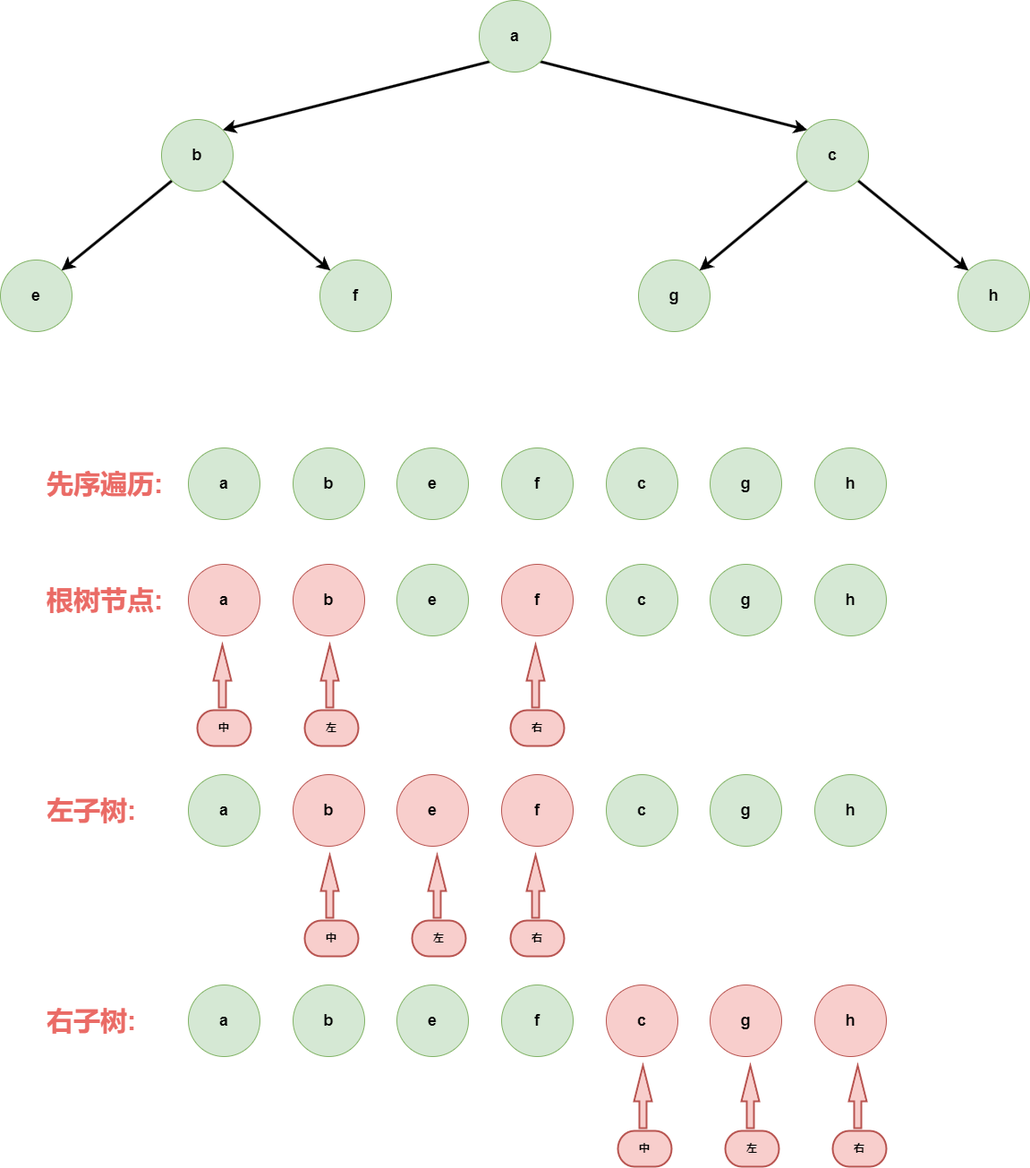
Above: algrithem/g1_data_struct_binary_tree_1_recursive_traversal1.drawio.png in muxicode/c153080686 (draw.io), before the change. Source tidied: cells renumbered, new cells last; positions are measured from the earlier drawing's top-left corner, leaving out a move shared by most shapes.
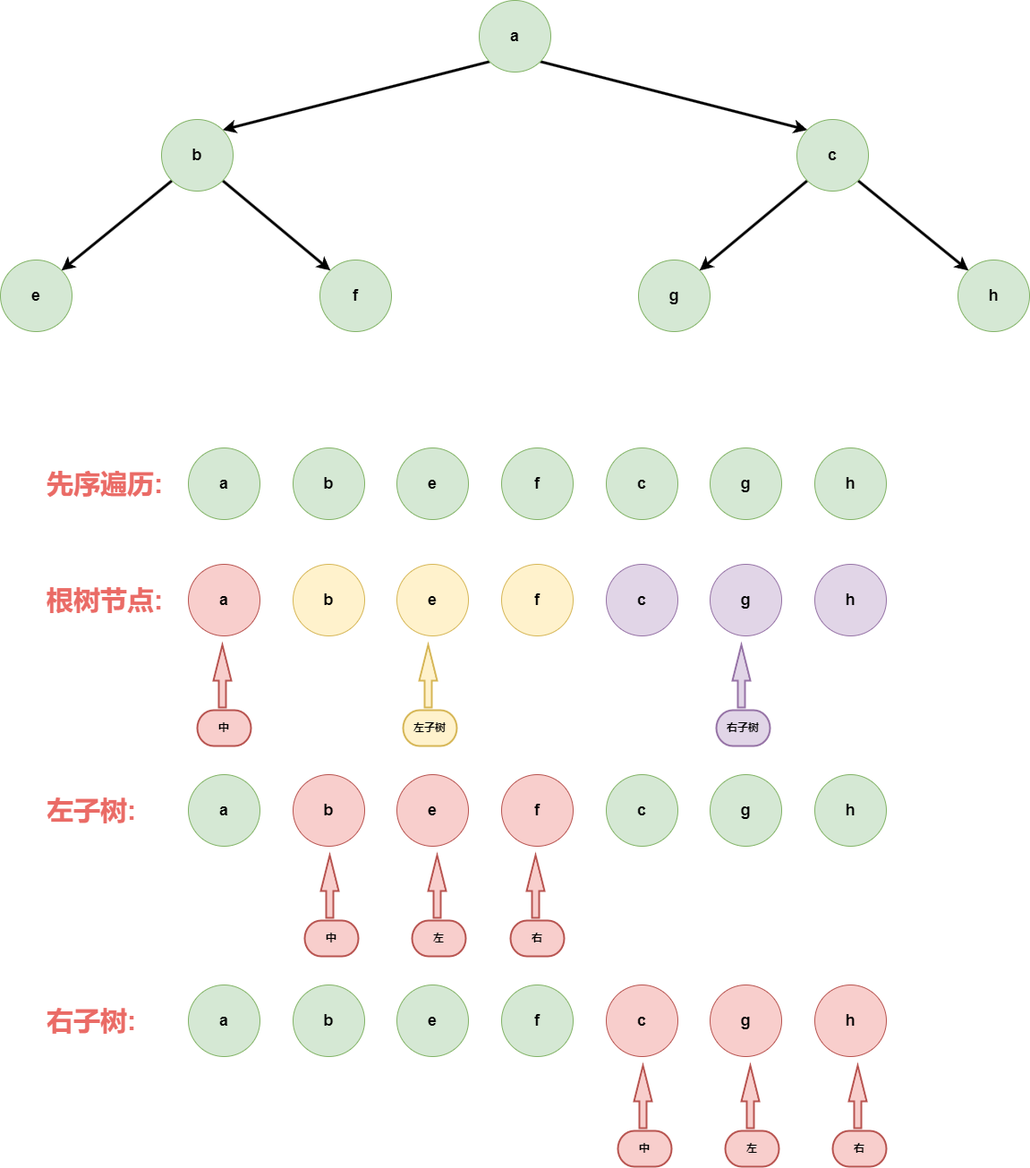
After the change.

What changed in the source:
```diff
@@ -77,22 +77,22 @@
     <mxCell id="26" value="&lt;span style=&quot;font-size: 18px;&quot;&gt;&lt;b&gt;a&lt;/b&gt;&lt;br style=&quot;font-size: 18px;&quot;&gt;&lt;/span&gt;" style="ellipse;whiteSpace=wrap;html=1;fillColor=#f8cecc;strokeColor=#b85450;fontSize=18;" parent="24" vertex="1">
       <mxGeometry x="160" width="80" height="80" as="geometry" />
     </mxCell>
-    <mxCell id="27" value="&lt;span style=&quot;font-size: 18px;&quot;&gt;&lt;b&gt;b&lt;/b&gt;&lt;br style=&quot;font-size: 18px;&quot;&gt;&lt;/span&gt;" style="ellipse;whiteSpace=wrap;html=1;fillColor=#f8cecc;strokeColor=#b85450;fontSize=18;" parent="24" vertex="1">
+    <mxCell id="27" value="&lt;span style=&quot;font-size: 18px;&quot;&gt;&lt;b&gt;b&lt;/b&gt;&lt;br style=&quot;font-size: 18px;&quot;&gt;&lt;/span&gt;" style="ellipse;whiteSpace=wrap;html=1;fillColor=#fff2cc;strokeColor=#d6b656;fontSize=18;" parent="24" vertex="1">
       <mxGeometry x="277" width="80" height="80" as="geometry" />
     </mxCell>
-    <mxCell id="28" value="&lt;span style=&quot;font-size: 18px;&quot;&gt;&lt;b&gt;e&lt;/b&gt;&lt;br style=&quot;font-size: 18px;&quot;&gt;&lt;/span&gt;" style="ellipse;whiteSpace=wrap;html=1;fillColor=#d5e8d4;strokeColor=#82b366;fontSize=18;" parent="24" vertex="1">
+    <mxCell id="28" value="&lt;span style=&quot;font-size: 18px;&quot;&gt;&lt;b&gt;e&lt;/b&gt;&lt;br style=&quot;font-size: 18px;&quot;&gt;&lt;/span&gt;" style="ellipse;whiteSpace=wrap;html=1;fillColor=#fff2cc;strokeColor=#d6b656;fontSize=18;" parent="24" vertex="1">
       <mxGeometry x="393" width="80" height="80" as="geometry" />
     </mxCell>
-    <mxCell id="29" value="&lt;span style=&quot;font-size: 18px;&quot;&gt;&lt;b&gt;f&lt;/b&gt;&lt;br style=&quot;font-size: 18px;&quot;&gt;&lt;/span&gt;" style="ellipse;whiteSpace=wrap;html=1;fillColor=#f8cecc;strokeColor=#b85450;fontSize=18;" parent="24" vertex="1">
+    <mxCell id="29" value="&lt;span style=&quot;font-size: 18px;&quot;&gt;&lt;b&gt;f&lt;/b&gt;&lt;br style=&quot;font-size: 18px;&quot;&gt;&lt;/span&gt;" style="ellipse;whiteSpace=wrap;html=1;fillColor=#fff2cc;strokeColor=#d6b656;fontSize=18;" parent="24" vertex="1">
       <mxGeometry x="510" width="80" height="80" as="geometry" />
     </mxCell>
-    <mxCell id="30" value="&lt;span style=&quot;font-size: 18px;&quot;&gt;&lt;b&gt;c&lt;/b&gt;&lt;br style=&quot;font-size: 18px;&quot;&gt;&lt;/span&gt;" style="ellipse;whiteSpace=wrap;html=1;fillColor=#d5e8d4;strokeColor=#82b366;fontSize=18;" parent="24" vertex="1">
+    <mxCell id="30" value="&lt;span style=&quot;font-size: 18px;&quot;&gt;&lt;b&gt;c&lt;/b&gt;&lt;br style=&quot;font-size: 18px;&quot;&gt;&lt;/span&gt;" style="ellipse;whiteSpace=wrap;html=1;fillColor=#e1d5e7;strokeColor=#9673a6;fontSize=18;" parent="24" vertex="1">
       <mxGeometry x="627" width="80" height="80" as="geometry" />
     </mxCell>
-    <mxCell id="31" value="&lt;span style=&quot;font-size: 18px;&quot;&gt;&lt;b&gt;g&lt;/b&gt;&lt;br style=&quot;font-size: 18px;&quot;&gt;&lt;/span&gt;" style="ellipse;whiteSpace=wrap;html=1;fillColor=#d5e8d4;strokeColor=#82b366;fontSize=18;" parent="24" vertex="1">
+    <mxCell id="31" value="&lt;span style=&quot;font-size: 18px;&quot;&gt;&lt;b&gt;g&lt;/b&gt;&lt;br style=&quot;font-size: 18px;&quot;&gt;&lt;/span&gt;" style="ellipse;whiteSpace=wrap;html=1;fillColor=#e1d5e7;strokeColor=#9673a6;fontSize=18;" parent="24" vertex="1">
       <mxGeometry x="743" width="80" height="80" as="geometry" />
     </mxCell>
-    <mxCell id="32" value="&lt;span style=&quot;font-size: 18px;&quot;&gt;&lt;b&gt;h&lt;/b&gt;&lt;br style=&quot;font-size: 18px;&quot;&gt;&lt;/span&gt;" style="ellipse;whiteSpace=wrap;html=1;fillColor=#d5e8d4;strokeColor=#82b366;fontSize=18;" parent="24" vertex="1">
+    <mxCell id="32" value="&lt;span style=&quot;font-size: 18px;&quot;&gt;&lt;b&gt;h&lt;/b&gt;&lt;br style=&quot;font-size: 18px;&quot;&gt;&lt;/span&gt;" style="ellipse;whiteSpace=wrap;html=1;fillColor=#e1d5e7;strokeColor=#9673a6;fontSize=18;" parent="24" vertex="1">
       <mxGeometry x="860" width="80" height="80" as="geometry" />
     </mxCell>
     <mxCell id="33" style="group;" parent="24" vertex="1">
@@ -104,24 +104,24 @@
     <mxCell id="35" style="verticalLabelPosition=bottom;verticalAlign=top;html=1;strokeWidth=2;shape=mxgraph.arrows2.arrow;dy=0.6;dx=40;notch=0;direction=north;fillColor=#f8cecc;strokeColor=#b85450;" parent="33" vertex="1">
       <mxGeometry x="18" width="20" height="70" as="geometry" />
     </mxCell>
-    <mxCell id="36" style="group;" parent="24" vertex="1">
-      <mxGeometry x="290" y="90" width="60" height="113" as="geometry" />
-    </mxCell>
-    <mxCell id="37" value="左" style="strokeWidth=2;html=1;shape=mxgraph.flowchart.terminator;whiteSpace=wrap;fillColor=#f8cecc;strokeColor=#b85450;fontStyle=1;" parent="36" vertex="1">
-      <mxGeometry y="73" width="60" height="40" as="geometry" />
-    </mxCell>
-    <mxCell id="38" style="verticalLabelPosition=bottom;verticalAlign=top;html=1;strokeWidth=2;shape=mxgraph.arrows2.arrow;dy=0.6;dx=40;notch=0;direction=north;fillColor=#f8cecc;strokeColor=#b85450;" parent="36" vertex="1">
-      <mxGeometry x="18" width="20" height="70" as="geometry" />
-    </mxCell>
-    <mxCell id="39" style="group;" parent="24" vertex="1">
-      <mxGeometry x="520" y="90" width="60" height="113" as="geometry" />
-    </mxCell>
-    <mxCell id="40" value="右" style="strokeWidth=2;html=1;shape=mxgraph.flowchart.terminator;whiteSpace=wrap;fillColor=#f8cecc;strokeColor=#b85450;fontStyle=1;" parent="39" vertex="1">
-      <mxGeometry y="73" width="60" height="40" as="geometry" />
-    </mxCell>
-    <mxCell id="41" style="verticalLabelPosition=bottom;verticalAlign=top;html=1;strokeWidth=2;shape=mxgraph.arrows2.arrow;dy=0.6;dx=40;notch=0;direction=north;fillColor=#f8cecc;strokeColor=#b85450;" parent="39" vertex="1">
-      <mxGeometry x="18" width="20" height="70" as="geometry" />
-    </mxCell>
+    <mxCell id="78" style="group;" parent="24" vertex="1">
+      <mxGeometry x="400" y="90" width="60" height="113" as="geometry" />
+    </mxCell>
+    <mxCell id="79" value="左子树" style="strokeWidth=2;html=1;shape=mxgraph.flowchart.terminator;whiteSpace=wrap;fillColor=#fff2cc;strokeColor=#d6b656;fontStyle=1;" parent="78" vertex="1">
+      <mxGeometry y="73" width="60" height="40" as="geometry" />
+    </mxCell>
+    <mxCell id="80" style="verticalLabelPosition=bottom;verticalAlign=top;html=1;strokeWidth=2;shape=mxgraph.arrows2.arrow;dy=0.6;dx=40;notch=0;direction=north;fillColor=#fff2cc;strokeColor=#d6b656;" parent="78" vertex="1">
+      <mxGeometry x="18" width="20" height="70" as="geometry" />
+    </mxCell>
+    <mxCell id="81" style="group;" parent="24" vertex="1">
+      <mxGeometry x="750" y="90" width="60" height="113" as="geometry" />
+    </mxCell>
+    <mxCell id="82" value="右子树" style="strokeWidth=2;html=1;shape=mxgraph.flowchart.terminator;whiteSpace=wrap;fillColor=#e1d5e7;strokeColor=#9673a6;fontStyle=1;" parent="81" vertex="1">
+      <mxGeometry y="73" width="60" height="40" as="geometry" />
+    </mxCell>
+    <mxCell id="83" style="verticalLabelPosition=bottom;verticalAlign=top;html=1;strokeWidth=2;shape=mxgraph.arrows2.arrow;dy=0.6;dx=40;notch=0;direction=north;fillColor=#e1d5e7;strokeColor=#9673a6;" parent="81" vertex="1">
+      <mxGeometry x="18" width="20" height="70" as="geometry" />
+    </mxCell>
     <mxCell id="42" style="group;" parent="1" vertex="1">
       <mxGeometry x="50" y="865" width="940" height="203" as="geometry" />
     </mxCell>
```
